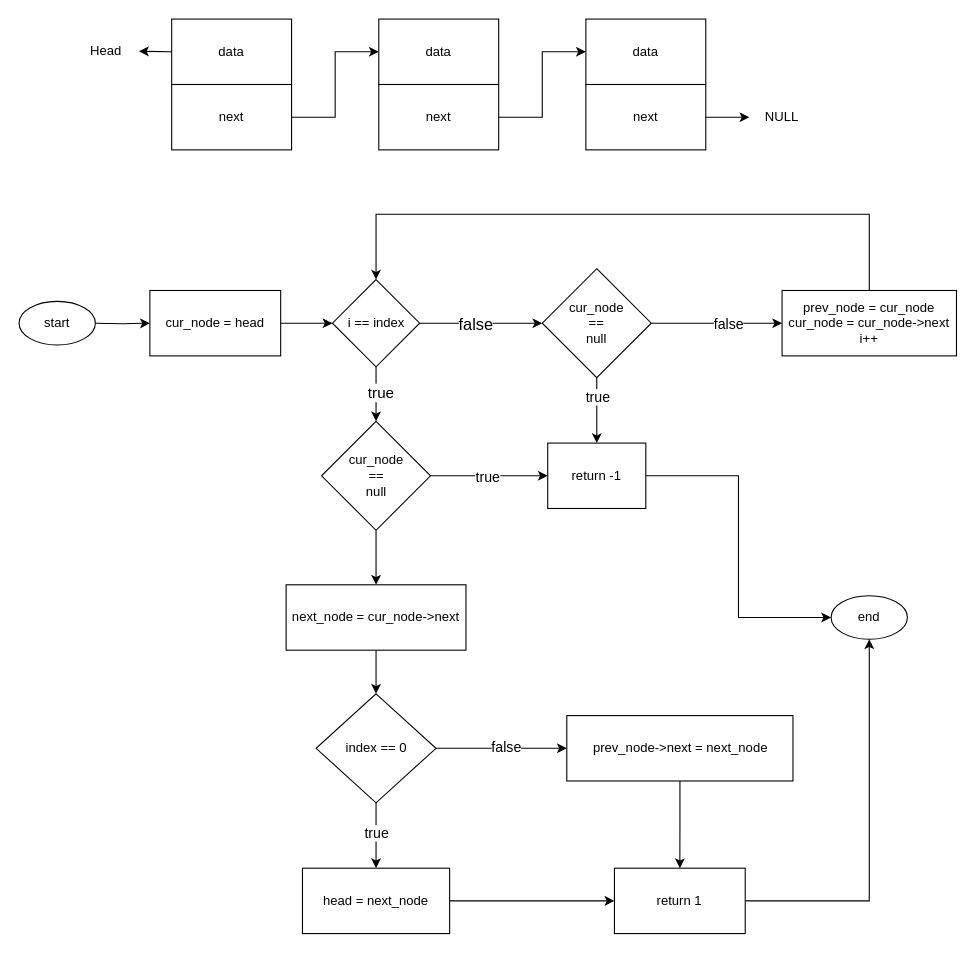
Before: delete node at an index of a linked list.drawio in tenyapious/whiteboarding-flowchart, a draw.io diagram. Source tidied: cells renumbered, new cells numbered last; positions are measured from the earlier drawing's top-left corner, leaving out a move shared by most shapes. Both pictures are drawn from the tidied source at 109%, with x=0, y=0 at pixel (19, 19).
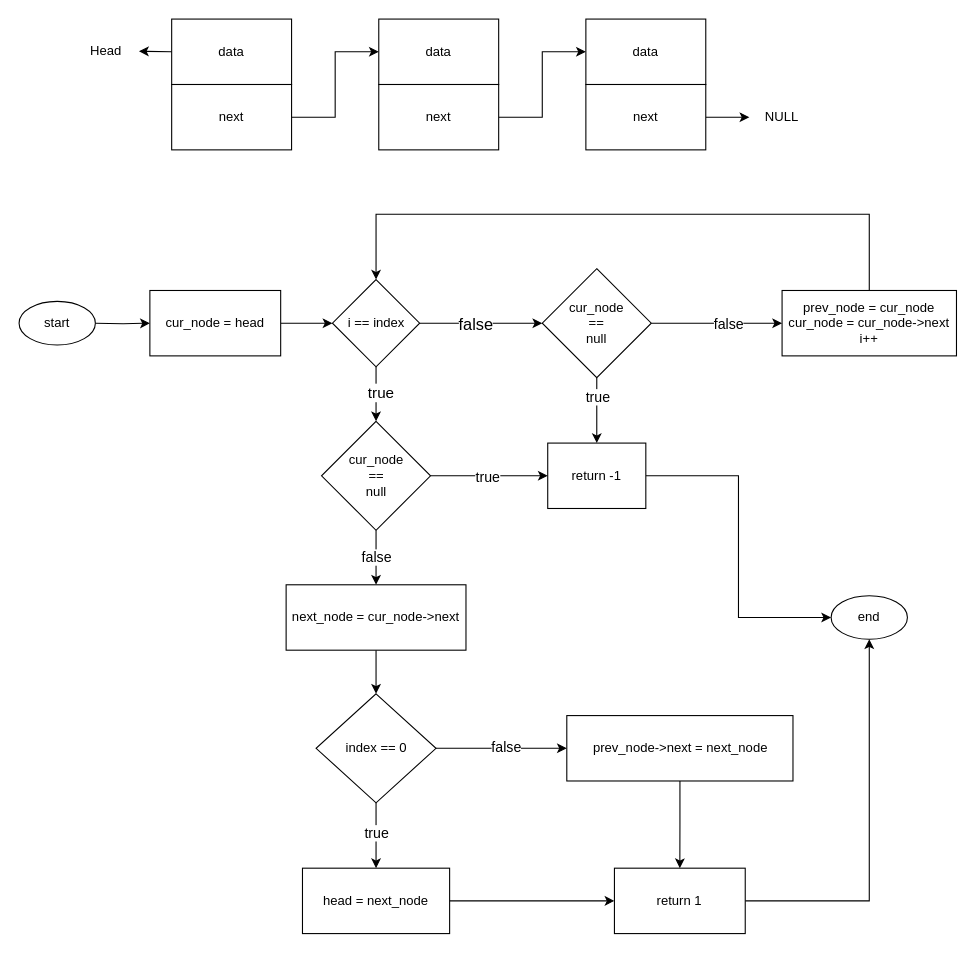
Above is the later version.

Unchanged cells that the change refers to:
```xml
<mxCell id="48" style="edgeStyle=orthogonalEdgeStyle;rounded=0;jettySize=auto;html=1;" parent="1" edge="1" source="49" target="24">
  <mxGeometry relative="1" as="geometry" />
</mxCell>
```

Diff of the diagram source:
```diff
@@
+    <mxCell id="50" value="&lt;font style=&quot;font-size: 13px;&quot;&gt;false&lt;/font&gt;" style="edgeLabel;html=1;align=center;verticalAlign=middle;" parent="48" vertex="1">
+      <mxGeometry x="-0.06" relative="1" as="geometry" />
+    </mxCell>
```
